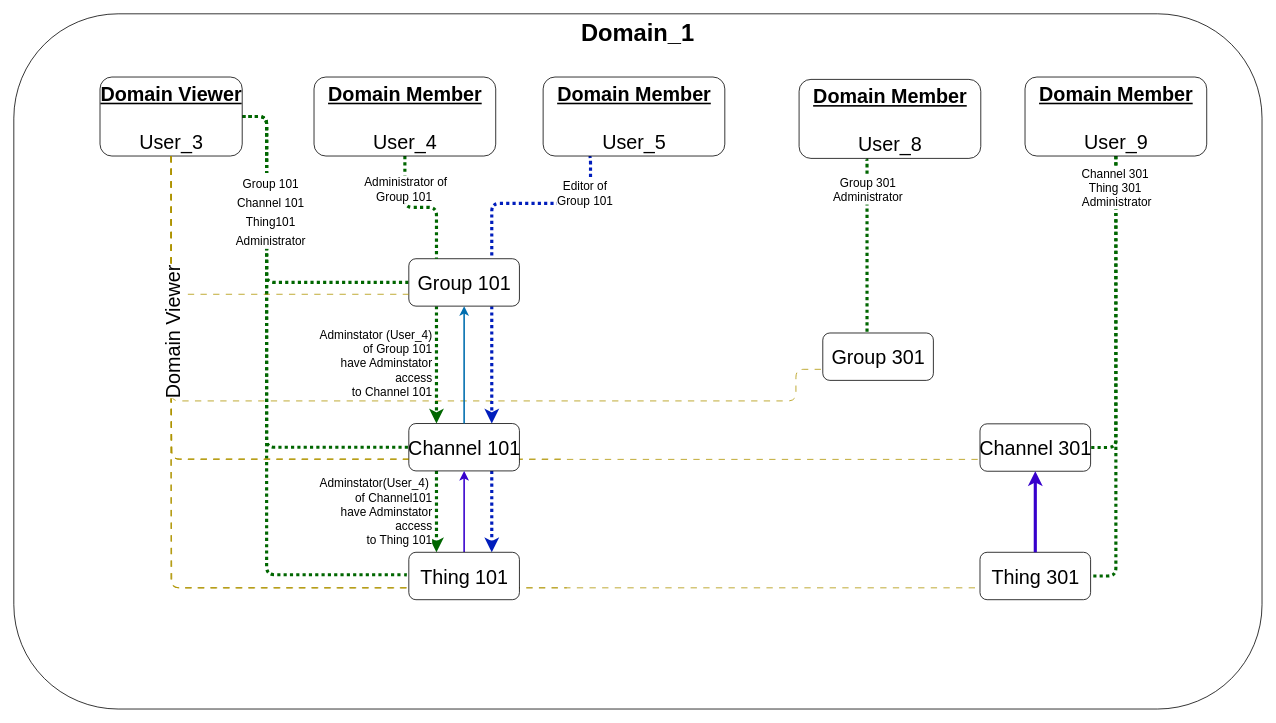
Earlier version of the draw.io diagram docs/diagrams/group_users_member_11.drawio (absmach/supermq-docs). Source tidied: cells renumbered, new cells numbered last; positions are measured from the earlier drawing's top-left corner, leaving out a move shared by most shapes. Both pictures are drawn from the tidied source at 79%, with x=0, y=0 at pixel (13, 13).
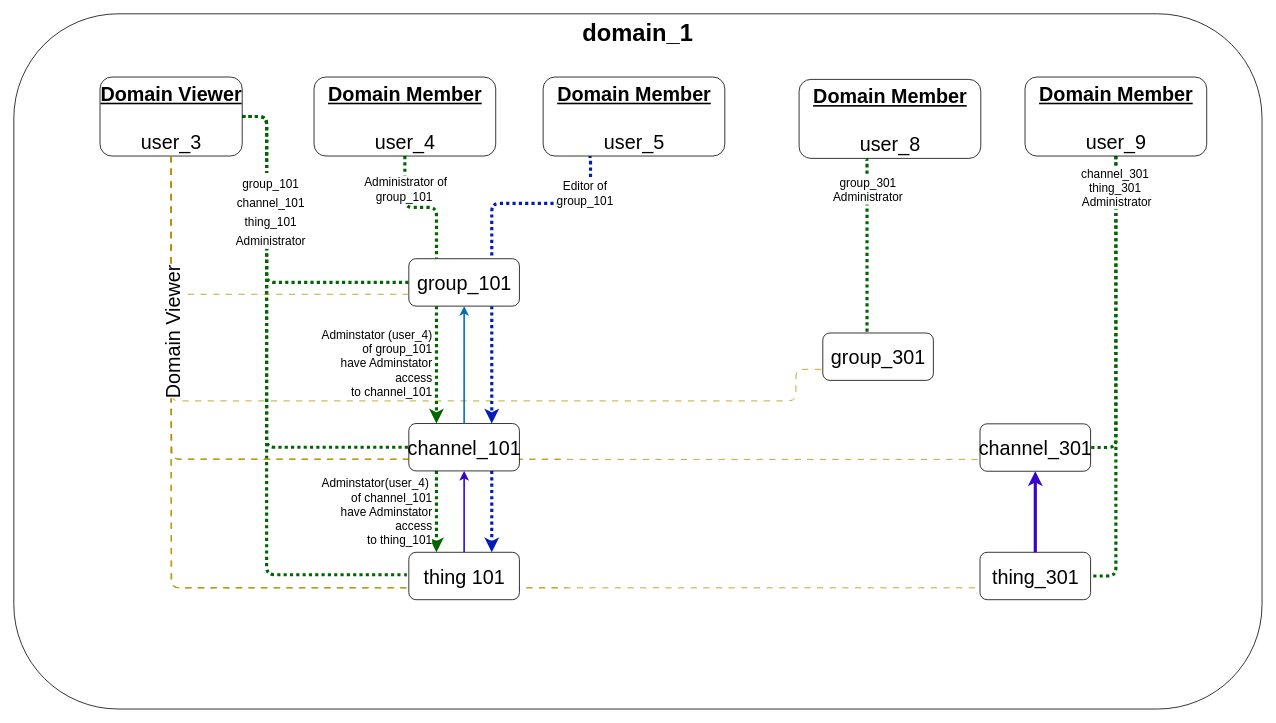
The same diagram, later.

Unchanged cells that the change refers to:
```xml
<mxCell id="13" style="edgeStyle=orthogonalEdgeStyle;html=1;entryX=0;entryY=0.5;entryDx=0;entryDy=0;dashed=1;dashPattern=1 1;strokeColor=#006600;strokeWidth=4;fontSize=20;endArrow=none;endFill=0;" parent="10" edge="1" source="19" target="49">
  <mxGeometry relative="1" as="geometry">
    <Array as="points">
      <mxPoint x="320" y="130" />
      <mxPoint x="320" y="710" />
      <mxPoint x="500" y="710" />
    </Array>
  </mxGeometry>
</mxCell>
<mxCell id="20" style="edgeStyle=orthogonalEdgeStyle;html=1;exitX=0.25;exitY=1;exitDx=0;exitDy=0;entryX=0.25;entryY=0;entryDx=0;entryDy=0;dashed=1;dashPattern=1 1;strokeWidth=4;endArrow=classic;endFill=1;fillColor=#fa6800;strokeColor=#006600;" parent="10" edge="1" source="23" target="27">
  <mxGeometry relative="1" as="geometry" />
</mxCell>
<mxCell id="24" style="edgeStyle=orthogonalEdgeStyle;html=1;exitX=0.25;exitY=1;exitDx=0;exitDy=0;entryX=0.25;entryY=0;entryDx=0;entryDy=0;dashed=1;dashPattern=1 1;strokeWidth=4;endArrow=classic;endFill=1;fillColor=#fa6800;strokeColor=#006600;" parent="10" edge="1" source="27" target="49">
  <mxGeometry relative="1" as="geometry" />
</mxCell>
<mxCell id="28" style="edgeStyle=orthogonalEdgeStyle;html=1;entryX=0.25;entryY=0;entryDx=0;entryDy=0;dashed=1;dashPattern=1 1;strokeWidth=4;endArrow=none;endFill=0;fillColor=#fa6800;strokeColor=#006600;" parent="10" edge="1" source="30" target="23">
  <mxGeometry relative="1" as="geometry" />
</mxCell>
<mxCell id="31" style="edgeStyle=orthogonalEdgeStyle;html=1;dashed=1;dashPattern=1 1;strokeWidth=4;endArrow=none;endFill=0;fillColor=#0050ef;strokeColor=#001DBC;exitX=0.25;exitY=1;exitDx=0;exitDy=0;entryX=0.75;entryY=0;entryDx=0;entryDy=0;" parent="10" edge="1" source="33" target="23">
  <mxGeometry relative="1" as="geometry">
    <Array as="points">
      <mxPoint x="730" y="180" />
      <mxPoint x="730" y="240" />
      <mxPoint x="605" y="240" />
    </Array>
  </mxGeometry>
</mxCell>
<mxCell id="35" style="edgeStyle=orthogonalEdgeStyle;html=1;entryX=1;entryY=0.5;entryDx=0;entryDy=0;dashed=1;dashPattern=1 1;strokeColor=#006600;strokeWidth=4;endArrow=none;endFill=0;" parent="10" edge="1" source="37" target="53">
  <mxGeometry relative="1" as="geometry">
    <Array as="points">
      <mxPoint x="1395" y="712" />
    </Array>
  </mxGeometry>
</mxCell>
<mxCell id="38" style="edgeStyle=orthogonalEdgeStyle;html=1;dashed=1;dashPattern=1 1;strokeColor=#006600;strokeWidth=4;endArrow=none;endFill=0;" parent="10" edge="1">
  <mxGeometry relative="1" as="geometry">
    <mxPoint x="1079" y="183" as="sourcePoint" />
    <mxPoint x="1080" y="404" as="targetPoint" />
    <Array as="points">
      <mxPoint x="1080" y="183" />
    </Array>
  </mxGeometry>
</mxCell>
```

Diff of the diagram source:
```diff
@@
-    <mxCell id="8" value="&lt;font style=&quot;font-size: 30px;&quot;&gt;&lt;b style=&quot;&quot;&gt;Domain_1&lt;/b&gt;&lt;/font&gt;" style="rounded=1;whiteSpace=wrap;html=1;verticalAlign=top;fillColor=default;" parent="7" vertex="1">
+    <mxCell id="8" value="&lt;font style=&quot;font-size: 30px;&quot;&gt;&lt;b style=&quot;&quot;&gt;domain_1&lt;/b&gt;&lt;/font&gt;" style="rounded=1;whiteSpace=wrap;html=1;verticalAlign=top;fillColor=default;" parent="7" vertex="1">
       <mxGeometry width="1580" height="880" as="geometry" />
     </mxCell>
@@
-    <mxCell id="14" value="&lt;font style=&quot;font-size: 15px;&quot;&gt;Group 101&lt;br&gt;Channel 101&lt;br&gt;Thing101&lt;br&gt;Administrator&lt;/font&gt;" style="edgeLabel;html=1;align=center;verticalAlign=middle;fontSize=20;" parent="13" vertex="1">
+    <mxCell id="14" value="&lt;font style=&quot;font-size: 15px;&quot;&gt;group_101&lt;br&gt;channel_101&lt;br&gt;thing_101&lt;br&gt;Administrator&lt;/font&gt;" style="edgeLabel;html=1;align=center;verticalAlign=middle;fontSize=20;" parent="13" vertex="1">
       <mxGeometry x="-0.53" y="4" relative="1" as="geometry">
         <mxPoint y="-37" as="offset" />
       </mxGeometry>
     </mxCell>
@@
-    <mxCell id="19" value="&lt;font style=&quot;font-size: 25px;&quot;&gt;&lt;b&gt;&lt;u&gt;Domain Viewer&lt;/u&gt;&lt;/b&gt;&lt;br&gt;&lt;br&gt;User_3&lt;/font&gt;" style="rounded=1;html=1;fontSize=25;verticalAlign=top;" parent="10" vertex="1">
+    <mxCell id="19" value="&lt;font style=&quot;font-size: 25px;&quot;&gt;&lt;b&gt;&lt;u&gt;Domain Viewer&lt;/u&gt;&lt;/b&gt;&lt;br&gt;&lt;br&gt;user_3&lt;/font&gt;" style="rounded=1;html=1;fontSize=25;verticalAlign=top;" parent="10" vertex="1">
       <mxGeometry x="109.1" y="80" width="180" height="100" as="geometry" />
     </mxCell>
@@
-    <mxCell id="21" value="Adminstator (User_4)&lt;br&gt;of Group 101 &lt;br&gt;have Adminstator &lt;br&gt;access &lt;br&gt;to Channel 101" style="edgeLabel;html=1;align=right;verticalAlign=middle;fontSize=15;" parent="20" vertex="1">
+    <mxCell id="21" value="Adminstator (user_4)&lt;br&gt;of group_101 &lt;br&gt;have Adminstator &lt;br&gt;access &lt;br&gt;to channel_101" style="edgeLabel;html=1;align=right;verticalAlign=middle;fontSize=15;" parent="20" vertex="1">
       <mxGeometry x="-0.13" relative="1" as="geometry">
         <mxPoint x="-5" y="6" as="offset" />
       </mxGeometry>
     </mxCell>
@@
-    <mxCell id="23" value="Group 101" style="rounded=1;html=1;fontSize=25;" parent="10" vertex="1">
+    <mxCell id="23" value="group_101" style="rounded=1;html=1;fontSize=25;" parent="10" vertex="1">
       <mxGeometry x="500" y="310" width="140" height="60" as="geometry" />
     </mxCell>
@@
-    <mxCell id="25" value="Adminstator(User_4)&amp;nbsp;&lt;br&gt;&lt;div style=&quot;&quot;&gt;of Channel101&lt;/div&gt;have Adminstator &lt;br&gt;access&lt;br&gt;to Thing 101" style="edgeLabel;html=1;align=right;verticalAlign=middle;fontSize=15;" parent="24" vertex="1">
+    <mxCell id="25" value="Adminstator(user_4)&amp;nbsp;&lt;br&gt;&lt;div style=&quot;&quot;&gt;of channel_101&lt;/div&gt;have Adminstator &lt;br&gt;access&lt;br&gt;to thing_101" style="edgeLabel;html=1;align=right;verticalAlign=middle;fontSize=15;" parent="24" vertex="1">
       <mxGeometry x="-0.19" y="-1" relative="1" as="geometry">
         <mxPoint x="-4" y="9" as="offset" />
       </mxGeometry>
     </mxCell>
@@
-    <mxCell id="27" value="Channel 101" style="rounded=1;html=1;fontSize=25;" parent="10" vertex="1">
+    <mxCell id="27" value="channel_101" style="rounded=1;html=1;fontSize=25;" parent="10" vertex="1">
       <mxGeometry x="500" y="518.6" width="140" height="60" as="geometry" />
     </mxCell>
@@
-    <mxCell id="29" value="&lt;font style=&quot;font-size: 15px;&quot;&gt;&lt;font style=&quot;font-size: 15px;&quot;&gt;&amp;nbsp;Administrator of&amp;nbsp;&lt;br&gt;&lt;/font&gt;Group 101&amp;nbsp;&lt;/font&gt;" style="edgeLabel;html=1;align=center;verticalAlign=middle;" parent="28" vertex="1">
+    <mxCell id="29" value="&lt;font style=&quot;font-size: 15px;&quot;&gt;&lt;font style=&quot;font-size: 15px;&quot;&gt;&amp;nbsp;Administrator of&amp;nbsp;&lt;br&gt;&lt;/font&gt;group_101&amp;nbsp;&lt;/font&gt;" style="edgeLabel;html=1;align=center;verticalAlign=middle;" parent="28" vertex="1">
       <mxGeometry x="0.42" y="1" relative="1" as="geometry">
         <mxPoint x="-41" y="-40" as="offset" />
       </mxGeometry>
     </mxCell>
-    <mxCell id="30" value="&lt;font style=&quot;font-size: 25px;&quot;&gt;&lt;b&gt;&lt;u&gt;Domain Member&lt;/u&gt;&lt;/b&gt;&lt;br&gt;&lt;br&gt;User_4&lt;/font&gt;" style="rounded=1;html=1;fontSize=25;verticalAlign=top;" parent="10" vertex="1">
+    <mxCell id="30" value="&lt;font style=&quot;font-size: 25px;&quot;&gt;&lt;b&gt;&lt;u&gt;Domain Member&lt;/u&gt;&lt;/b&gt;&lt;br&gt;&lt;br&gt;user_4&lt;/font&gt;" style="rounded=1;html=1;fontSize=25;verticalAlign=top;" parent="10" vertex="1">
       <mxGeometry x="380" y="80" width="230" height="100" as="geometry" />
     </mxCell>
@@
-    <mxCell id="32" value="&lt;font style=&quot;font-size: 15px;&quot;&gt;Editor of&amp;nbsp;&lt;br&gt;&lt;/font&gt;&lt;span style=&quot;font-size: 15px;&quot;&gt;Group 101&amp;nbsp;&lt;/span&gt;" style="edgeLabel;html=1;align=center;verticalAlign=middle;" parent="31" vertex="1">
+    <mxCell id="32" value="&lt;font style=&quot;font-size: 15px;&quot;&gt;Editor of&amp;nbsp;&lt;br&gt;&lt;/font&gt;&lt;span style=&quot;font-size: 15px;&quot;&gt;group_101&amp;nbsp;&lt;/span&gt;" style="edgeLabel;html=1;align=center;verticalAlign=middle;" parent="31" vertex="1">
       <mxGeometry x="-0.62" y="-6" relative="1" as="geometry" />
     </mxCell>
-    <mxCell id="33" value="&lt;font style=&quot;font-size: 25px;&quot;&gt;&lt;b&gt;&lt;u&gt;Domain Member&lt;/u&gt;&lt;/b&gt;&lt;br&gt;&lt;br&gt;User_5&lt;br&gt;&lt;/font&gt;" style="rounded=1;html=1;fontSize=25;verticalAlign=top;" parent="10" vertex="1">
+    <mxCell id="33" value="&lt;font style=&quot;font-size: 25px;&quot;&gt;&lt;b&gt;&lt;u&gt;Domain Member&lt;/u&gt;&lt;/b&gt;&lt;br&gt;&lt;br&gt;user_5&lt;br&gt;&lt;/font&gt;" style="rounded=1;html=1;fontSize=25;verticalAlign=top;" parent="10" vertex="1">
       <mxGeometry x="670" y="80" width="230" height="100" as="geometry" />
     </mxCell>
@@
-    <mxCell id="36" value="Channel 301&amp;nbsp;&lt;br&gt;Thing 301&amp;nbsp;&lt;br&gt;Administrator" style="edgeLabel;html=1;align=center;verticalAlign=middle;fontSize=15;" parent="35" vertex="1">
+    <mxCell id="36" value="channel_301&amp;nbsp;&lt;br&gt;thing_301&amp;nbsp;&lt;br&gt;Administrator" style="edgeLabel;html=1;align=center;verticalAlign=middle;fontSize=15;" parent="35" vertex="1">
       <mxGeometry x="-0.53" y="-2" relative="1" as="geometry">
         <mxPoint x="2" y="-93" as="offset" />
       </mxGeometry>
     </mxCell>
-    <mxCell id="37" value="&lt;font style=&quot;font-size: 25px;&quot;&gt;&lt;b&gt;&lt;u&gt;Domain Member&lt;/u&gt;&lt;/b&gt;&lt;br&gt;&lt;br&gt;User_9&lt;/font&gt;" style="rounded=1;html=1;fontSize=25;verticalAlign=top;" parent="10" vertex="1">
+    <mxCell id="37" value="&lt;font style=&quot;font-size: 25px;&quot;&gt;&lt;b&gt;&lt;u&gt;Domain Member&lt;/u&gt;&lt;/b&gt;&lt;br&gt;&lt;br&gt;user_9&lt;/font&gt;" style="rounded=1;html=1;fontSize=25;verticalAlign=top;" parent="10" vertex="1">
       <mxGeometry x="1280" y="80" width="230" height="100" as="geometry" />
     </mxCell>
@@
-    <mxCell id="39" value="&lt;font style=&quot;font-size: 15px;&quot;&gt;Group 301 &lt;br&gt;Administrator&lt;/font&gt;" style="edgeLabel;html=1;align=center;verticalAlign=middle;" parent="38" vertex="1">
+    <mxCell id="39" value="&lt;font style=&quot;font-size: 15px;&quot;&gt;group_301 &lt;br&gt;Administrator&lt;/font&gt;" style="edgeLabel;html=1;align=center;verticalAlign=middle;" parent="38" vertex="1">
       <mxGeometry x="-0.26" relative="1" as="geometry">
         <mxPoint y="-42" as="offset" />
       </mxGeometry>
     </mxCell>
-    <mxCell id="40" value="&lt;font style=&quot;font-size: 25px;&quot;&gt;&lt;b&gt;&lt;u&gt;Domain Member&lt;/u&gt;&lt;/b&gt;&lt;br&gt;&lt;br&gt;User_8&lt;/font&gt;" style="rounded=1;html=1;fontSize=25;verticalAlign=top;" parent="10" vertex="1">
+    <mxCell id="40" value="&lt;font style=&quot;font-size: 25px;&quot;&gt;&lt;b&gt;&lt;u&gt;Domain Member&lt;/u&gt;&lt;/b&gt;&lt;br&gt;&lt;br&gt;user_8&lt;/font&gt;" style="rounded=1;html=1;fontSize=25;verticalAlign=top;" parent="10" vertex="1">
       <mxGeometry x="994" y="83" width="230" height="100" as="geometry" />
     </mxCell>
@@
-    <mxCell id="49" value="Thing 101" style="rounded=1;html=1;fontSize=25;" parent="47" vertex="1">
+    <mxCell id="49" value="thing 101" style="rounded=1;html=1;fontSize=25;" parent="47" vertex="1">
       <mxGeometry x="500" y="681.6" width="140" height="60" as="geometry" />
     </mxCell>
@@
-    <mxCell id="51" value="Group 301" style="rounded=1;html=1;fontSize=25;" parent="47" vertex="1">
+    <mxCell id="51" value="group_301" style="rounded=1;html=1;fontSize=25;" parent="47" vertex="1">
       <mxGeometry x="1024" y="404" width="140" height="60" as="geometry" />
     </mxCell>
-    <mxCell id="52" value="Channel 301" style="rounded=1;html=1;fontSize=25;" parent="47" vertex="1">
+    <mxCell id="52" value="channel_301" style="rounded=1;html=1;fontSize=25;" parent="47" vertex="1">
       <mxGeometry x="1223" y="519" width="140" height="60" as="geometry" />
     </mxCell>
-    <mxCell id="53" value="Thing 301" style="rounded=1;html=1;fontSize=25;" parent="47" vertex="1">
+    <mxCell id="53" value="thing_301" style="rounded=1;html=1;fontSize=25;" parent="47" vertex="1">
       <mxGeometry x="1223" y="681.6" width="140" height="60" as="geometry" />
     </mxCell>
```
